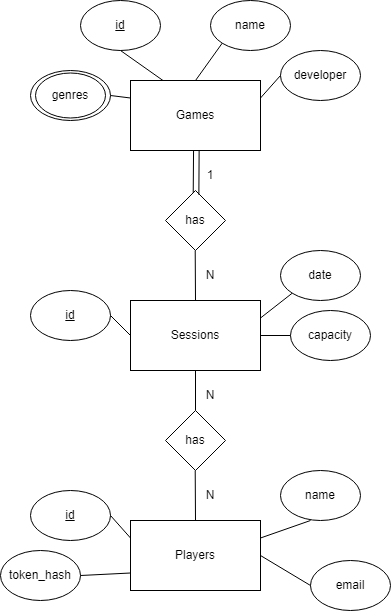
Above: src/main/kotlin/pt/isel/ls/docs/er_diagram.png in BernardoPe/Sessions (draw.io), before the change. Source tidied: cells renumbered, new cells last; positions are measured from the earlier drawing's top-left corner, leaving out a move shared by most shapes. The source it was exported from:
```xml
<mxGraphModel>
  <root>
    <mxCell id="0" />
    <mxCell id="1" parent="0" />
    <mxCell id="2" value="Games" style="rounded=0;whiteSpace=wrap;html=1;" parent="1" vertex="1">
      <mxGeometry x="130" y="80" width="130" height="70" as="geometry" />
    </mxCell>
    <mxCell id="3" value="id" style="ellipse;whiteSpace=wrap;html=1;shadow=0;fontStyle=4;" parent="1" vertex="1">
      <mxGeometry x="80" width="80" height="50" as="geometry" />
    </mxCell>
    <mxCell id="4" value="name" style="ellipse;whiteSpace=wrap;html=1;shadow=0;fontStyle=0;" parent="1" vertex="1">
      <mxGeometry x="210" width="80" height="50" as="geometry" />
    </mxCell>
    <mxCell id="5" style="edgeStyle=orthogonalEdgeStyle;rounded=0;jettySize=auto;html=1;exitX=1;exitY=0.5;exitDx=0;exitDy=0;" parent="1" edge="1" source="6">
      <mxGeometry relative="1" as="geometry">
        <mxPoint x="110.1" y="95.1" as="targetPoint" />
      </mxGeometry>
    </mxCell>
    <mxCell id="6" style="ellipse;whiteSpace=wrap;html=1;shadow=0;fontStyle=0;" parent="1" vertex="1">
      <mxGeometry x="30" y="70" width="80" height="50" as="geometry" />
    </mxCell>
    <mxCell id="7" value="developer" style="ellipse;whiteSpace=wrap;html=1;shadow=0;fontStyle=0;" parent="1" vertex="1">
      <mxGeometry x="280" y="50" width="80" height="50" as="geometry" />
    </mxCell>
    <mxCell id="8" style="endArrow=none;html=1;rounded=0;entryX=0.5;entryY=1;entryDx=0;entryDy=0;exitX=0.25;exitY=0;exitDx=0;exitDy=0;" parent="1" edge="1" source="2" target="3">
      <mxGeometry relative="1" as="geometry" />
    </mxCell>
    <mxCell id="9" style="endArrow=none;html=1;rounded=0;entryX=0;entryY=1;entryDx=0;entryDy=0;exitX=0.5;exitY=0;exitDx=0;exitDy=0;" parent="1" edge="1" source="2" target="4">
      <mxGeometry relative="1" as="geometry" />
    </mxCell>
    <mxCell id="10" style="endArrow=none;html=1;rounded=0;entryX=1;entryY=0.5;entryDx=0;entryDy=0;exitX=0;exitY=0.25;exitDx=0;exitDy=0;" parent="1" edge="1" source="2" target="6">
      <mxGeometry relative="1" as="geometry" />
    </mxCell>
    <mxCell id="11" style="endArrow=none;html=1;rounded=0;entryX=0;entryY=0.5;entryDx=0;entryDy=0;exitX=1;exitY=0.25;exitDx=0;exitDy=0;" parent="1" edge="1" source="2" target="7">
      <mxGeometry relative="1" as="geometry" />
    </mxCell>
    <mxCell id="12" value="Sessions" style="rounded=0;whiteSpace=wrap;html=1;" parent="1" vertex="1">
      <mxGeometry x="130" y="300" width="130" height="70" as="geometry" />
    </mxCell>
    <mxCell id="13" value="genres" style="ellipse;whiteSpace=wrap;html=1;" parent="1" vertex="1">
      <mxGeometry x="35" y="72.5" width="70" height="45" as="geometry" />
    </mxCell>
    <mxCell id="14" value="id" style="ellipse;whiteSpace=wrap;html=1;shadow=0;fontStyle=4;" parent="1" vertex="1">
      <mxGeometry x="30" y="290" width="80" height="50" as="geometry" />
    </mxCell>
    <mxCell id="15" value="date" style="ellipse;whiteSpace=wrap;html=1;shadow=0;fontStyle=0;" parent="1" vertex="1">
      <mxGeometry x="280" y="250" width="80" height="50" as="geometry" />
    </mxCell>
    <mxCell id="16" value="capacity" style="ellipse;whiteSpace=wrap;html=1;shadow=0;fontStyle=0;" parent="1" vertex="1">
      <mxGeometry x="290" y="310" width="80" height="50" as="geometry" />
    </mxCell>
    <mxCell id="17" style="endArrow=none;html=1;rounded=0;entryX=0;entryY=1;entryDx=0;entryDy=0;exitX=1;exitY=0.25;exitDx=0;exitDy=0;" parent="1" edge="1" source="12" target="15">
      <mxGeometry relative="1" as="geometry" />
    </mxCell>
    <mxCell id="18" style="endArrow=none;html=1;rounded=0;entryX=0;entryY=0.5;entryDx=0;entryDy=0;exitX=1;exitY=0.5;exitDx=0;exitDy=0;" parent="1" edge="1" source="12" target="16">
      <mxGeometry relative="1" as="geometry" />
    </mxCell>
    <mxCell id="19" style="endArrow=none;html=1;rounded=0;entryX=1;entryY=0.5;entryDx=0;entryDy=0;exitX=0;exitY=0.5;exitDx=0;exitDy=0;" parent="1" edge="1" source="12" target="14">
      <mxGeometry relative="1" as="geometry" />
    </mxCell>
    <mxCell id="20" value="Players" style="rounded=0;whiteSpace=wrap;html=1;" parent="1" vertex="1">
      <mxGeometry x="130" y="520" width="130" height="70" as="geometry" />
    </mxCell>
    <mxCell id="21" value="id" style="ellipse;whiteSpace=wrap;html=1;shadow=0;fontStyle=4;" parent="1" vertex="1">
      <mxGeometry x="30" y="490" width="80" height="50" as="geometry" />
    </mxCell>
    <mxCell id="22" value="name" style="ellipse;whiteSpace=wrap;html=1;shadow=0;fontStyle=0;" parent="1" vertex="1">
      <mxGeometry x="280" y="470" width="80" height="50" as="geometry" />
    </mxCell>
    <mxCell id="23" value="email" style="ellipse;whiteSpace=wrap;html=1;shadow=0;fontStyle=0;" parent="1" vertex="1">
      <mxGeometry x="310" y="560" width="80" height="50" as="geometry" />
    </mxCell>
    <mxCell id="24" style="endArrow=none;html=1;rounded=0;exitX=1;exitY=0.25;exitDx=0;exitDy=0;" parent="1" edge="1" source="20">
      <mxGeometry relative="1" as="geometry">
        <mxPoint x="310" y="520" as="targetPoint" />
      </mxGeometry>
    </mxCell>
    <mxCell id="25" style="endArrow=none;html=1;rounded=0;entryX=0;entryY=0.5;entryDx=0;entryDy=0;exitX=1;exitY=0.5;exitDx=0;exitDy=0;" parent="1" edge="1" source="20" target="23">
      <mxGeometry relative="1" as="geometry" />
    </mxCell>
    <mxCell id="26" style="endArrow=none;html=1;rounded=0;entryX=1;entryY=0.5;entryDx=0;entryDy=0;exitX=0;exitY=0.25;exitDx=0;exitDy=0;" parent="1" edge="1" source="20" target="21">
      <mxGeometry relative="1" as="geometry" />
    </mxCell>
    <mxCell id="27" value="token_hash" style="ellipse;whiteSpace=wrap;html=1;shadow=0;fontStyle=0;" parent="1" vertex="1">
      <mxGeometry y="550" width="80" height="50" as="geometry" />
    </mxCell>
    <mxCell id="28" style="endArrow=none;html=1;rounded=0;entryX=1;entryY=0.5;entryDx=0;entryDy=0;exitX=0;exitY=0.75;exitDx=0;exitDy=0;" parent="1" edge="1" source="20" target="27">
      <mxGeometry relative="1" as="geometry" />
    </mxCell>
    <mxCell id="29" value="has" style="rhombus;whiteSpace=wrap;html=1;" parent="1" vertex="1">
      <mxGeometry x="165" y="190" width="60" height="60" as="geometry" />
    </mxCell>
    <mxCell id="30" style="endArrow=none;html=1;rounded=0;entryX=0.485;entryY=1.004;entryDx=0;entryDy=0;exitX=0.462;exitY=0.04;exitDx=0;exitDy=0;exitPerimeter=0;entryPerimeter=0;" parent="1" edge="1" source="29" target="2">
      <mxGeometry relative="1" as="geometry" />
    </mxCell>
    <mxCell id="31" style="endArrow=none;html=1;rounded=0;entryX=0.5;entryY=1;entryDx=0;entryDy=0;exitX=0.5;exitY=0;exitDx=0;exitDy=0;" parent="1" edge="1" source="12">
      <mxGeometry relative="1" as="geometry">
        <mxPoint x="194.7" y="250" as="targetPoint" />
      </mxGeometry>
    </mxCell>
    <mxCell id="32" style="endArrow=none;html=1;rounded=0;exitX=0.556;exitY=0.071;exitDx=0;exitDy=0;exitPerimeter=0;entryX=0.528;entryY=1.004;entryDx=0;entryDy=0;entryPerimeter=0;" parent="1" edge="1" source="29" target="2">
      <mxGeometry relative="1" as="geometry" />
    </mxCell>
    <mxCell id="33" value="1" style="text;html=1;align=center;verticalAlign=middle;whiteSpace=wrap;rounded=0;" parent="1" vertex="1">
      <mxGeometry x="180" y="160" width="60" height="30" as="geometry" />
    </mxCell>
    <mxCell id="34" value="N" style="text;html=1;align=center;verticalAlign=middle;whiteSpace=wrap;rounded=0;" parent="1" vertex="1">
      <mxGeometry x="180" y="260" width="60" height="30" as="geometry" />
    </mxCell>
    <mxCell id="35" value="has" style="rhombus;whiteSpace=wrap;html=1;" parent="1" vertex="1">
      <mxGeometry x="165" y="410" width="60" height="60" as="geometry" />
    </mxCell>
    <mxCell id="36" style="endArrow=none;html=1;rounded=0;entryX=0.5;entryY=1;entryDx=0;entryDy=0;exitX=0.5;exitY=0;exitDx=0;exitDy=0;" parent="1" edge="1" source="35" target="12">
      <mxGeometry relative="1" as="geometry" />
    </mxCell>
    <mxCell id="37" style="endArrow=none;html=1;rounded=0;entryX=0.5;entryY=1;entryDx=0;entryDy=0;exitX=0.5;exitY=0;exitDx=0;exitDy=0;" parent="1" edge="1">
      <mxGeometry relative="1" as="geometry">
        <mxPoint x="195" y="520" as="sourcePoint" />
        <mxPoint x="194.7" y="470" as="targetPoint" />
      </mxGeometry>
    </mxCell>
    <mxCell id="38" value="N" style="text;html=1;align=center;verticalAlign=middle;whiteSpace=wrap;rounded=0;" parent="1" vertex="1">
      <mxGeometry x="180" y="480" width="60" height="30" as="geometry" />
    </mxCell>
    <mxCell id="39" value="N" style="text;html=1;align=center;verticalAlign=middle;whiteSpace=wrap;rounded=0;" parent="1" vertex="1">
      <mxGeometry x="180" y="380" width="60" height="30" as="geometry" />
    </mxCell>
  </root>
</mxGraphModel>
```
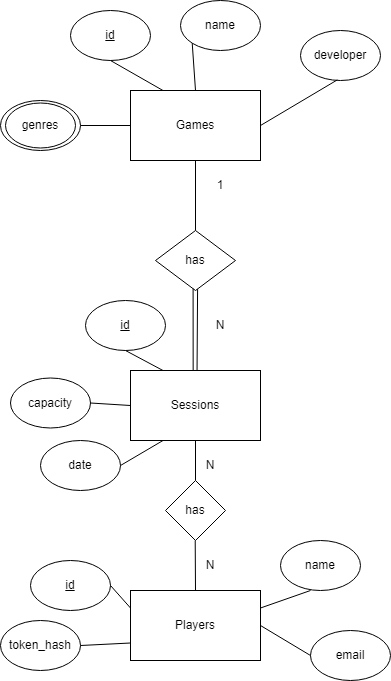
Above is the later version.

Commit message:
Updated ER Diagram, updated open-api.json, finished report.md

What changed in the source:
```diff
@@ -3,24 +3,19 @@
     <mxCell id="0" />
     <mxCell id="1" parent="0" />
     <mxCell id="2" value="Games" style="rounded=0;whiteSpace=wrap;html=1;" parent="1" vertex="1">
-      <mxGeometry x="130" y="80" width="130" height="70" as="geometry" />
+      <mxGeometry x="130" y="20" width="130" height="70" as="geometry" />
     </mxCell>
     <mxCell id="3" value="id" style="ellipse;whiteSpace=wrap;html=1;shadow=0;fontStyle=4;" parent="1" vertex="1">
-      <mxGeometry x="80" width="80" height="50" as="geometry" />
+      <mxGeometry x="70" y="-60" width="80" height="50" as="geometry" />
     </mxCell>
     <mxCell id="4" value="name" style="ellipse;whiteSpace=wrap;html=1;shadow=0;fontStyle=0;" parent="1" vertex="1">
-      <mxGeometry x="210" width="80" height="50" as="geometry" />
+      <mxGeometry x="180" y="-70" width="80" height="50" as="geometry" />
     </mxCell>
-    <mxCell id="5" style="edgeStyle=orthogonalEdgeStyle;rounded=0;jettySize=auto;html=1;exitX=1;exitY=0.5;exitDx=0;exitDy=0;" parent="1" edge="1" source="6">
-      <mxGeometry relative="1" as="geometry">
-        <mxPoint x="110.1" y="95.1" as="targetPoint" />
-      </mxGeometry>
-    </mxCell>
     <mxCell id="6" style="ellipse;whiteSpace=wrap;html=1;shadow=0;fontStyle=0;" parent="1" vertex="1">
-      <mxGeometry x="30" y="70" width="80" height="50" as="geometry" />
+      <mxGeometry y="30" width="80" height="50" as="geometry" />
     </mxCell>
     <mxCell id="7" value="developer" style="ellipse;whiteSpace=wrap;html=1;shadow=0;fontStyle=0;" parent="1" vertex="1">
-      <mxGeometry x="280" y="50" width="80" height="50" as="geometry" />
+      <mxGeometry x="300" y="-40" width="80" height="50" as="geometry" />
     </mxCell>
     <mxCell id="8" style="endArrow=none;html=1;rounded=0;entryX=0.5;entryY=1;entryDx=0;entryDy=0;exitX=0.25;exitY=0;exitDx=0;exitDy=0;" parent="1" edge="1" source="2" target="3">
       <mxGeometry relative="1" as="geometry" />
@@ -28,34 +23,36 @@
     <mxCell id="9" style="endArrow=none;html=1;rounded=0;entryX=0;entryY=1;entryDx=0;entryDy=0;exitX=0.5;exitY=0;exitDx=0;exitDy=0;" parent="1" edge="1" source="2" target="4">
       <mxGeometry relative="1" as="geometry" />
     </mxCell>
-    <mxCell id="10" style="endArrow=none;html=1;rounded=0;entryX=1;entryY=0.5;entryDx=0;entryDy=0;exitX=0;exitY=0.25;exitDx=0;exitDy=0;" parent="1" edge="1" source="2" target="6">
+    <mxCell id="10" style="endArrow=none;html=1;rounded=0;entryX=1;entryY=0.5;entryDx=0;entryDy=0;exitX=0;exitY=0.5;exitDx=0;exitDy=0;" parent="1" edge="1" source="2" target="6">
       <mxGeometry relative="1" as="geometry" />
     </mxCell>
-    <mxCell id="11" style="endArrow=none;html=1;rounded=0;entryX=0;entryY=0.5;entryDx=0;entryDy=0;exitX=1;exitY=0.25;exitDx=0;exitDy=0;" parent="1" edge="1" source="2" target="7">
+    <mxCell id="11" style="endArrow=none;html=1;rounded=0;entryX=0.46;entryY=0.988;entryDx=0;entryDy=0;exitX=1;exitY=0.5;exitDx=0;exitDy=0;entryPerimeter=0;" parent="1" edge="1" source="2" target="7">
       <mxGeometry relative="1" as="geometry" />
     </mxCell>
     <mxCell id="12" value="Sessions" style="rounded=0;whiteSpace=wrap;html=1;" parent="1" vertex="1">
       <mxGeometry x="130" y="300" width="130" height="70" as="geometry" />
     </mxCell>
     <mxCell id="13" value="genres" style="ellipse;whiteSpace=wrap;html=1;" parent="1" vertex="1">
-      <mxGeometry x="35" y="72.5" width="70" height="45" as="geometry" />
+      <mxGeometry x="5" y="32.5" width="70" height="45" as="geometry" />
     </mxCell>
     <mxCell id="14" value="id" style="ellipse;whiteSpace=wrap;html=1;shadow=0;fontStyle=4;" parent="1" vertex="1">
-      <mxGeometry x="30" y="290" width="80" height="50" as="geometry" />
+      <mxGeometry x="85" y="230" width="80" height="50" as="geometry" />
     </mxCell>
     <mxCell id="15" value="date" style="ellipse;whiteSpace=wrap;html=1;shadow=0;fontStyle=0;" parent="1" vertex="1">
-      <mxGeometry x="280" y="250" width="80" height="50" as="geometry" />
+      <mxGeometry x="40" y="370" width="80" height="50" as="geometry" />
     </mxCell>
     <mxCell id="16" value="capacity" style="ellipse;whiteSpace=wrap;html=1;shadow=0;fontStyle=0;" parent="1" vertex="1">
-      <mxGeometry x="290" y="310" width="80" height="50" as="geometry" />
+      <mxGeometry x="10" y="307.5" width="80" height="50" as="geometry" />
     </mxCell>
-    <mxCell id="17" style="endArrow=none;html=1;rounded=0;entryX=0;entryY=1;entryDx=0;entryDy=0;exitX=1;exitY=0.25;exitDx=0;exitDy=0;" parent="1" edge="1" source="12" target="15">
+    <mxCell id="17" style="endArrow=none;html=1;rounded=0;entryX=1;entryY=0.5;entryDx=0;entryDy=0;exitX=0.25;exitY=1;exitDx=0;exitDy=0;" parent="1" edge="1" source="12" target="15">
       <mxGeometry relative="1" as="geometry" />
     </mxCell>
-    <mxCell id="18" style="endArrow=none;html=1;rounded=0;entryX=0;entryY=0.5;entryDx=0;entryDy=0;exitX=1;exitY=0.5;exitDx=0;exitDy=0;" parent="1" edge="1" source="12" target="16">
-      <mxGeometry relative="1" as="geometry" />
+    <mxCell id="18" style="endArrow=none;html=1;rounded=0;entryX=1;entryY=0.5;entryDx=0;entryDy=0;" parent="1" edge="1" target="16">
+      <mxGeometry relative="1" as="geometry">
+        <mxPoint x="130" y="335" as="sourcePoint" />
+      </mxGeometry>
     </mxCell>
-    <mxCell id="19" style="endArrow=none;html=1;rounded=0;entryX=1;entryY=0.5;entryDx=0;entryDy=0;exitX=0;exitY=0.5;exitDx=0;exitDy=0;" parent="1" edge="1" source="12" target="14">
+    <mxCell id="19" style="endArrow=none;html=1;rounded=0;entryX=0.5;entryY=1;entryDx=0;entryDy=0;exitX=0.25;exitY=0;exitDx=0;exitDy=0;" parent="1" edge="1" source="12" target="14">
       <mxGeometry relative="1" as="geometry" />
     </mxCell>
     <mxCell id="20" value="Players" style="rounded=0;whiteSpace=wrap;html=1;" parent="1" vertex="1">
@@ -88,24 +85,19 @@
       <mxGeometry relative="1" as="geometry" />
     </mxCell>
     <mxCell id="29" value="has" style="rhombus;whiteSpace=wrap;html=1;" parent="1" vertex="1">
-      <mxGeometry x="165" y="190" width="60" height="60" as="geometry" />
+      <mxGeometry x="155" y="160" width="80" height="60" as="geometry" />
     </mxCell>
-    <mxCell id="30" style="endArrow=none;html=1;rounded=0;entryX=0.485;entryY=1.004;entryDx=0;entryDy=0;exitX=0.462;exitY=0.04;exitDx=0;exitDy=0;exitPerimeter=0;entryPerimeter=0;" parent="1" edge="1" source="29" target="2">
+    <mxCell id="30" style="endArrow=none;html=1;rounded=0;entryX=0.5;entryY=1;entryDx=0;entryDy=0;exitX=0.5;exitY=0;exitDx=0;exitDy=0;" parent="1" edge="1" source="29" target="2">
       <mxGeometry relative="1" as="geometry" />
     </mxCell>
-    <mxCell id="31" style="endArrow=none;html=1;rounded=0;entryX=0.5;entryY=1;entryDx=0;entryDy=0;exitX=0.5;exitY=0;exitDx=0;exitDy=0;" parent="1" edge="1" source="12">
-      <mxGeometry relative="1" as="geometry">
-        <mxPoint x="194.7" y="250" as="targetPoint" />
-      </mxGeometry>
+    <mxCell id="31" style="endArrow=none;html=1;rounded=0;entryX=0.482;entryY=-0.006;entryDx=0;entryDy=0;entryPerimeter=0;exitX=0.47;exitY=0.968;exitDx=0;exitDy=0;exitPerimeter=0;" parent="1" edge="1" source="29" target="12">
+      <mxGeometry relative="1" as="geometry" />
     </mxCell>
-    <mxCell id="32" style="endArrow=none;html=1;rounded=0;exitX=0.556;exitY=0.071;exitDx=0;exitDy=0;exitPerimeter=0;entryX=0.528;entryY=1.004;entryDx=0;entryDy=0;entryPerimeter=0;" parent="1" edge="1" source="29" target="2">
-      <mxGeometry relative="1" as="geometry" />
-    </mxCell>
     <mxCell id="33" value="1" style="text;html=1;align=center;verticalAlign=middle;whiteSpace=wrap;rounded=0;" parent="1" vertex="1">
-      <mxGeometry x="180" y="160" width="60" height="30" as="geometry" />
+      <mxGeometry x="190" y="100" width="60" height="30" as="geometry" />
     </mxCell>
     <mxCell id="34" value="N" style="text;html=1;align=center;verticalAlign=middle;whiteSpace=wrap;rounded=0;" parent="1" vertex="1">
-      <mxGeometry x="180" y="260" width="60" height="30" as="geometry" />
+      <mxGeometry x="190" y="240" width="60" height="30" as="geometry" />
     </mxCell>
     <mxCell id="35" value="has" style="rhombus;whiteSpace=wrap;html=1;" parent="1" vertex="1">
       <mxGeometry x="165" y="410" width="60" height="60" as="geometry" />
@@ -125,5 +117,8 @@
     <mxCell id="39" value="N" style="text;html=1;align=center;verticalAlign=middle;whiteSpace=wrap;rounded=0;" parent="1" vertex="1">
       <mxGeometry x="180" y="380" width="60" height="30" as="geometry" />
     </mxCell>
+    <mxCell id="40" style="endArrow=none;html=1;rounded=0;entryX=0.526;entryY=0.977;entryDx=0;entryDy=0;entryPerimeter=0;exitX=0.512;exitY=-0.002;exitDx=0;exitDy=0;exitPerimeter=0;" parent="1" edge="1" source="12" target="29">
+      <mxGeometry relative="1" as="geometry" />
+    </mxCell>
   </root>
 </mxGraphModel>
```
